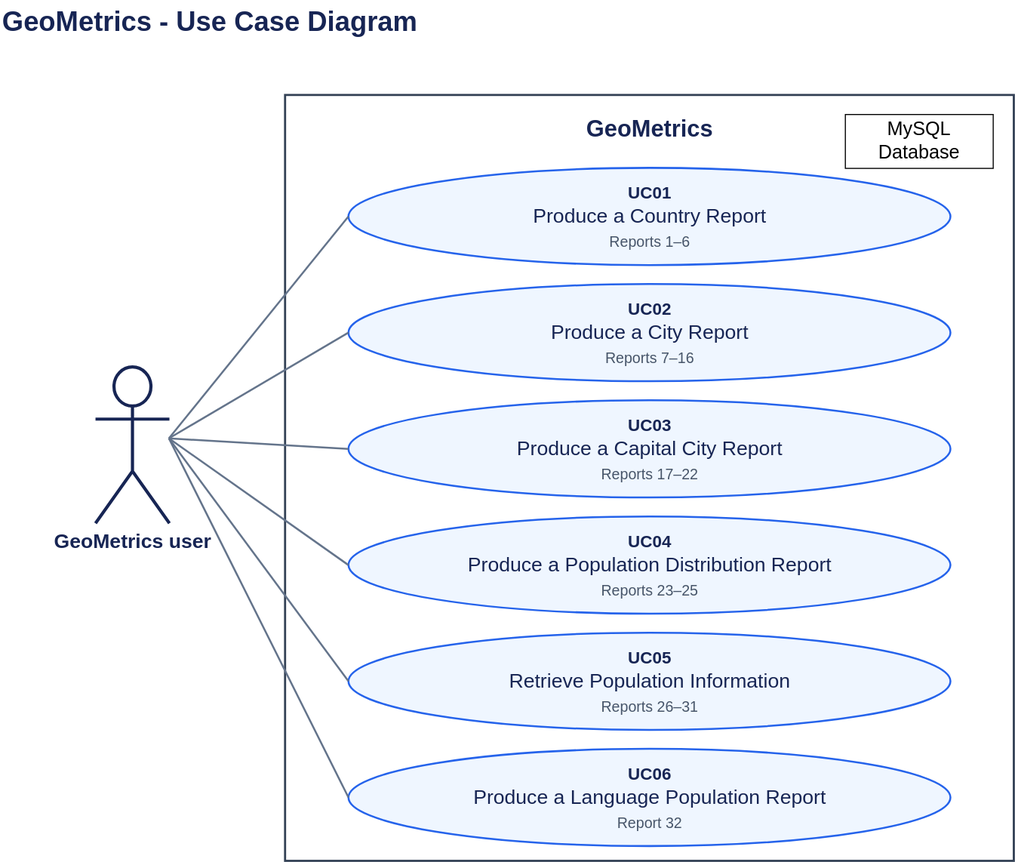
Earlier version of the draw.io export use-cases/use-case-diagram.svg (KMilej/SET08103-GeoMetrics). Source tidied: cells renumbered, new cells last; positions are measured from the earlier drawing's top-left corner, leaving out a move shared by most shapes.
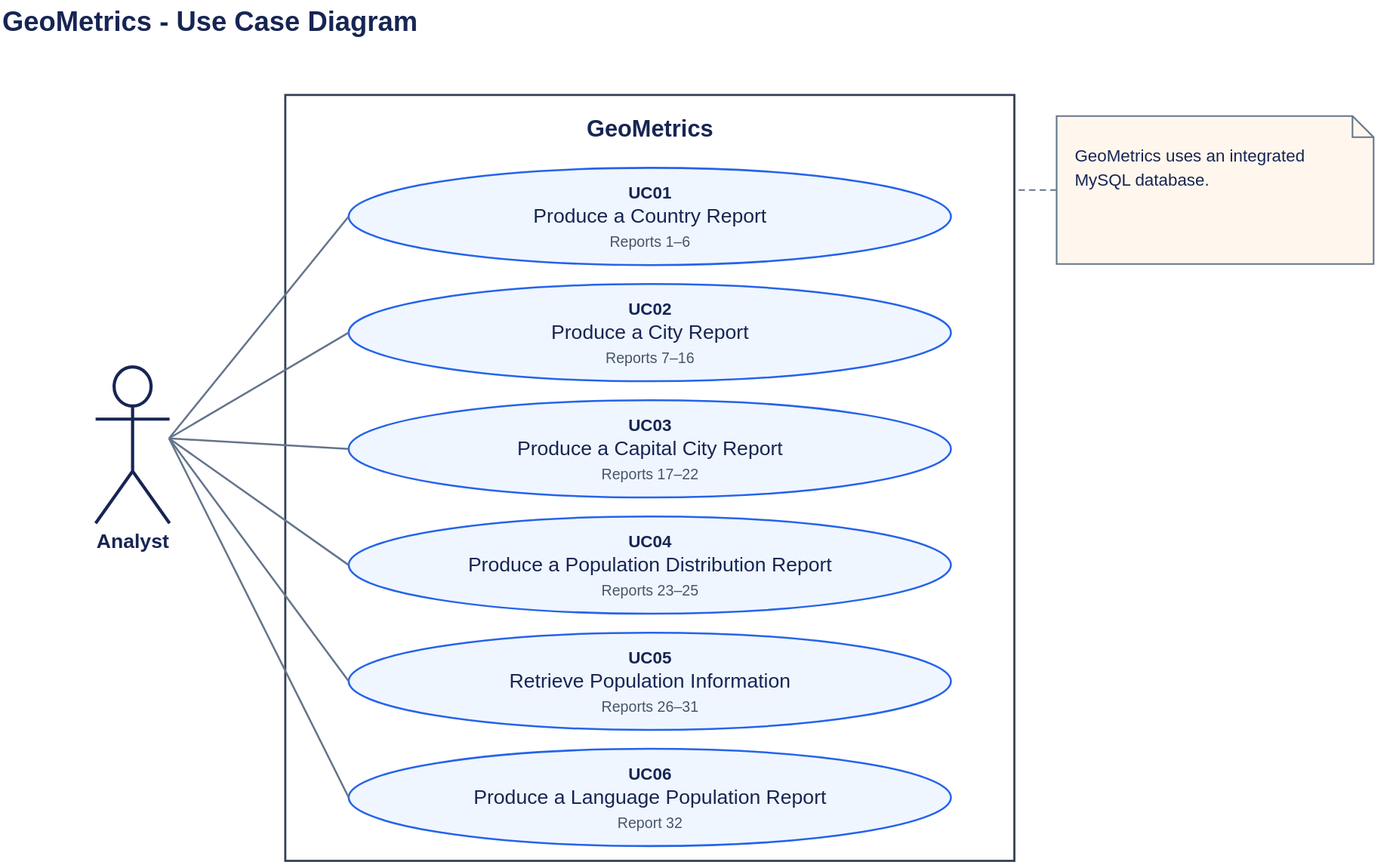
Above is the later version.

Commit message:
add use case diagram and delete old

Diff of the diagram source:
```diff
@@ -26,10 +26,7 @@
     <mxCell id="9" value="&lt;b style=&quot;font-size:16px&quot;&gt;UC06&lt;/b&gt;&lt;br&gt;&lt;span style=&quot;font-size:19px&quot;&gt;Produce a Language Population Report&lt;/span&gt;&lt;br&gt;&lt;span style=&quot;font-size:14px;color:#475569&quot;&gt;Report 32&lt;/span&gt;" style="ellipse;whiteSpace=wrap;html=1;fillColor=#eff6ff;strokeColor=#2563eb;strokeWidth=1.8;fontFamily=Arial;fontSize=19;fontColor=#172554;align=center;verticalAlign=middle;" parent="3" vertex="1">
       <mxGeometry x="60" y="619" width="570" height="92" as="geometry" />
     </mxCell>
-    <mxCell id="10" value="&lt;font style=&quot;font-size: 18px;&quot;&gt;MySQL Database&lt;/font&gt;" style="whiteSpace=wrap;html=1;" parent="3" vertex="1">
-      <mxGeometry x="530" y="18" width="140" height="51" as="geometry" />
-    </mxCell>
-    <mxCell id="11" value="GeoMetrics user" style="shape=umlActor;verticalLabelPosition=bottom;verticalAlign=top;html=1;outlineConnect=0;fillColor=#ffffff;strokeColor=#172554;strokeWidth=3;fontFamily=Arial;fontSize=19;fontStyle=1;fontColor=#172554;" parent="1" vertex="1">
+    <mxCell id="11" value="Analyst" style="shape=umlActor;verticalLabelPosition=bottom;verticalAlign=top;html=1;outlineConnect=0;fillColor=#ffffff;strokeColor=#172554;strokeWidth=3;fontFamily=Arial;fontSize=19;fontStyle=1;fontColor=#172554;" parent="1" vertex="1">
       <mxGeometry x="90" y="347" width="70" height="148" as="geometry" />
     </mxCell>
     <mxCell id="12" style="edgeStyle=none;rounded=0;html=1;startArrow=none;endArrow=none;strokeColor=#64748b;strokeWidth=1.8;exitX=1;exitY=0.46;exitDx=0;exitDy=0;exitPerimeter=0;entryX=0;entryY=0.5;entryDx=0;entryDy=0;entryPerimeter=0;" parent="1" edge="1" source="11" target="4">
@@ -50,5 +47,11 @@
     <mxCell id="17" style="edgeStyle=none;rounded=0;html=1;startArrow=none;endArrow=none;strokeColor=#64748b;strokeWidth=1.8;exitX=1;exitY=0.46;exitDx=0;exitDy=0;exitPerimeter=0;entryX=0;entryY=0.5;entryDx=0;entryDy=0;entryPerimeter=0;" parent="1" edge="1" source="11" target="9">
       <mxGeometry relative="1" as="geometry" />
     </mxCell>
+    <mxCell id="18" value="GeoMetrics uses an integrated MySQL database." style="shape=note;size=20;whiteSpace=wrap;html=1;fillColor=#fff7ed;strokeColor=#64748b;strokeWidth=1.5;fontFamily=Arial;fontSize=16;fontColor=#172554;align=left;verticalAlign=middle;spacing=16;" parent="1" vertex="1">
+      <mxGeometry x="1000" y="110" width="300" height="140" as="geometry" />
+    </mxCell>
+    <mxCell id="19" style="edgeStyle=none;html=1;dashed=1;startArrow=none;endArrow=none;strokeColor=#64748b;strokeWidth=1.5;exitX=0;exitY=0.5;exitPerimeter=0;entryX=1;entryY=0.124;entryPerimeter=0;" parent="1" edge="1" source="18" target="3">
+      <mxGeometry relative="1" as="geometry" />
+    </mxCell>
   </root>
 </mxGraphModel>
```
